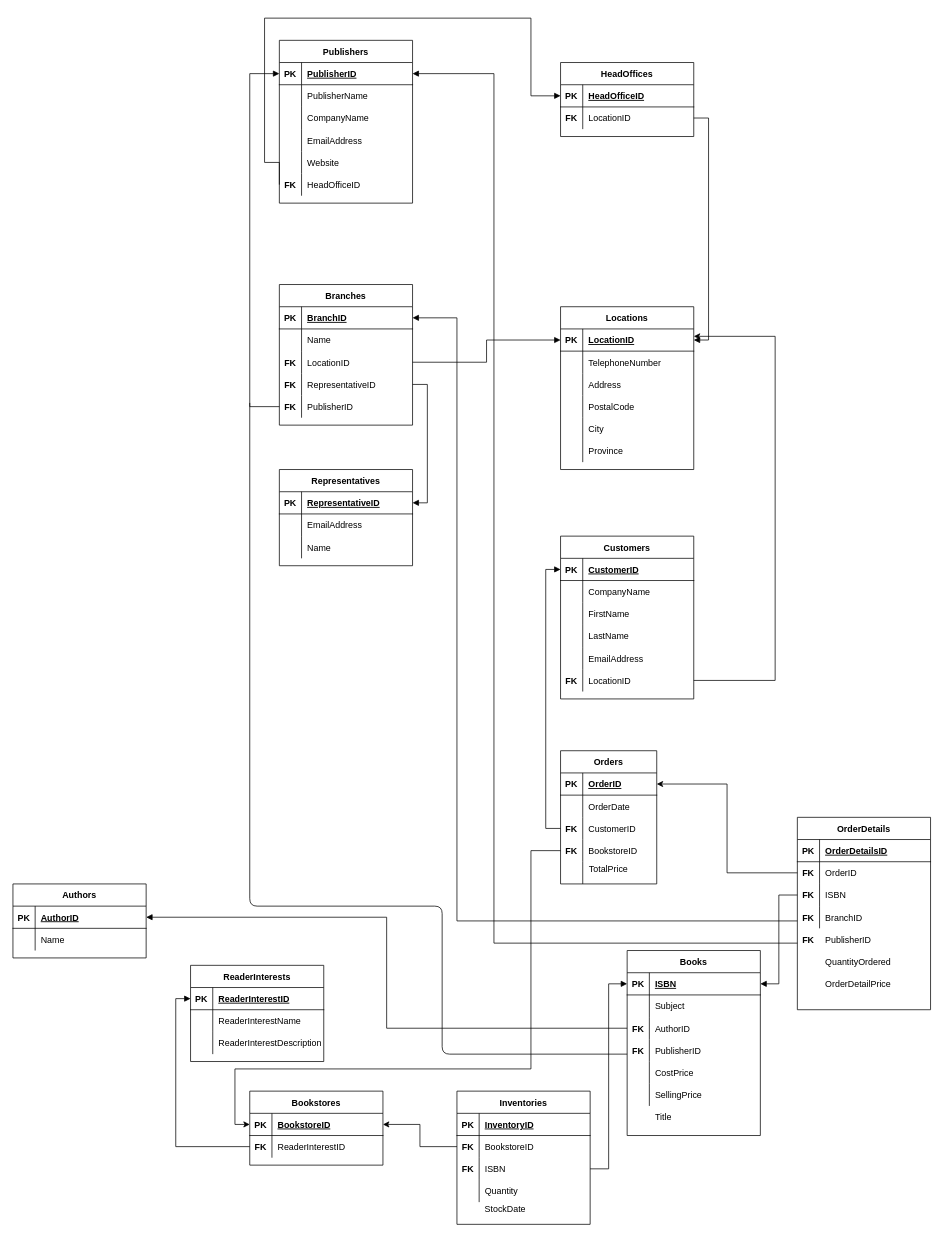
Before: relational-schema.drawio in gordonpn/comp353-warmup-project, a draw.io diagram. Source tidied: cells renumbered, new cells numbered last; positions are measured from the earlier drawing's top-left corner, leaving out a move shared by most shapes. Both pictures are drawn from the tidied source at 74%, with x=0, y=0 at pixel (13, 18).
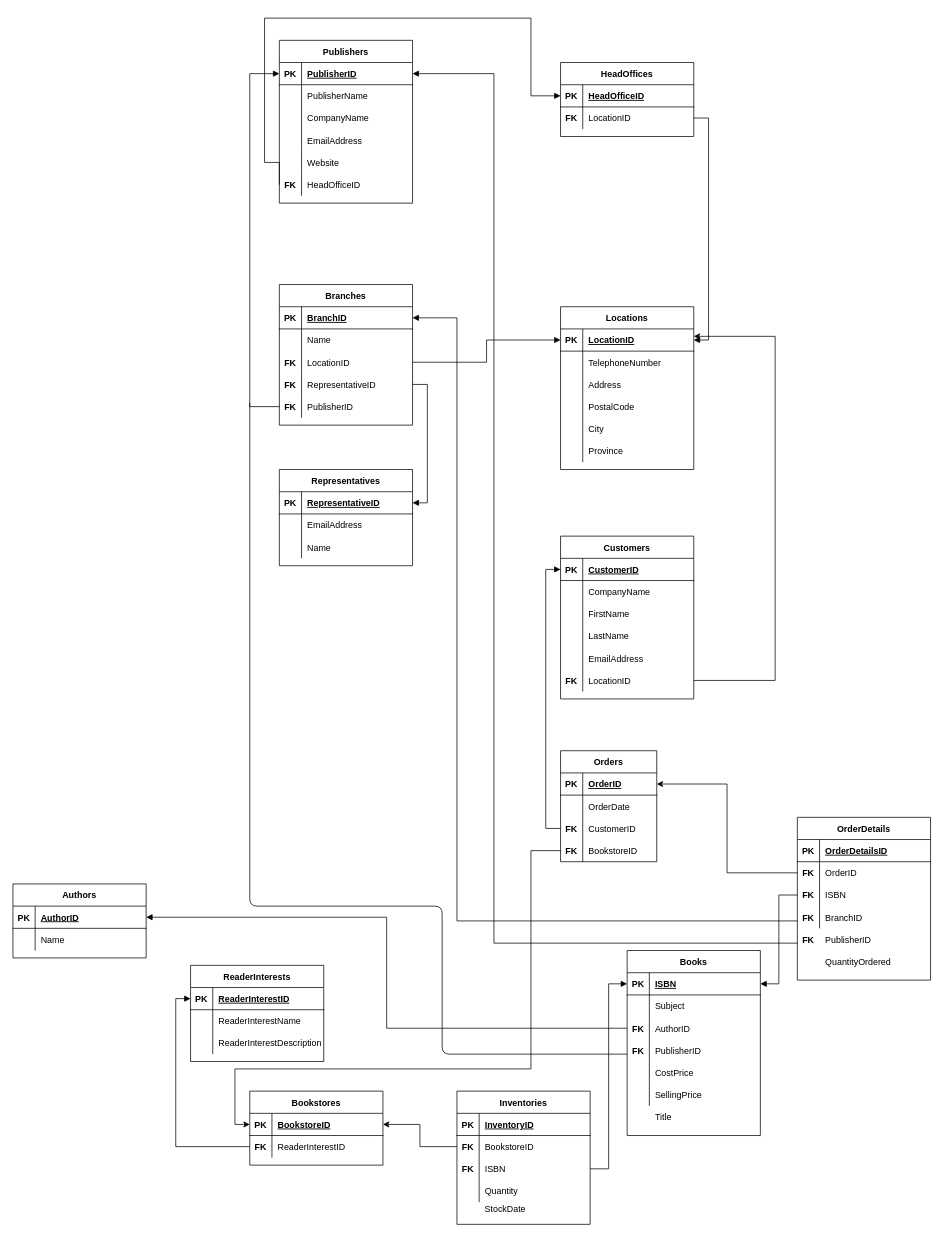
The same page after the edit.

Commit message (it also covers changes not shown here):
Remove TotalPrice and orderDetailPrice in the ER and Relational Schema files

What changed in the source:
```diff
@@
     <mxCell id="92" value="OrderDetails" style="shape=table;startSize=30;childLayout=tableLayout;rowLines=0;fontStyle=1;align=center;" parent="1" vertex="1">
-      <mxGeometry x="1060" y="1080" width="180" height="260" as="geometry" />
+      <mxGeometry x="1060" y="1080" width="180" height="220" as="geometry" />
     </mxCell>
@@
     <mxCell id="181" value="Orders" style="shape=table;startSize=30;childLayout=tableLayout;rowLines=0;fontStyle=1;align=center;" parent="1" vertex="1">
-      <mxGeometry x="740" y="990" width="130" height="180" as="geometry" />
+      <mxGeometry x="740" y="990" width="130" height="150" as="geometry" />
     </mxCell>
@@
-    <mxCell id="194" style="shape=partialRectangle;fillColor=none;top=0;left=0;bottom=0;right=0;" parent="181" vertex="1">
-      <mxGeometry y="150" width="130" height="30" as="geometry" />
-    </mxCell>
-    <mxCell id="195" style="shape=partialRectangle;fillColor=none;top=0;left=0;bottom=0;right=0;overflow=hidden;fontStyle=1;" parent="194" vertex="1">
-      <mxGeometry width="30" height="30" as="geometry" />
-    </mxCell>
-    <mxCell id="196" style="shape=partialRectangle;fillColor=none;top=0;left=0;bottom=0;right=0;align=left;spacingLeft=6;overflow=hidden;" parent="194" vertex="1">
-      <mxGeometry x="30" width="100" height="30" as="geometry" />
-    </mxCell>
@@
-    <mxCell id="199" value="TotalPrice" style="text;html=1;strokeColor=none;fillColor=none;align=center;verticalAlign=middle;whiteSpace=wrap;rounded=0;" parent="1" vertex="1">
-      <mxGeometry x="785" y="1140" width="40" height="20" as="geometry" />
-    </mxCell>
@@
-    <mxCell id="206" value="OrderDetailPrice" style="shape=partialRectangle;fillColor=none;top=0;left=0;bottom=0;right=0;align=left;spacingLeft=6;overflow=hidden;" parent="1" vertex="1">
-      <mxGeometry x="1090" y="1290" width="150" height="30" as="geometry" />
-    </mxCell>
```
